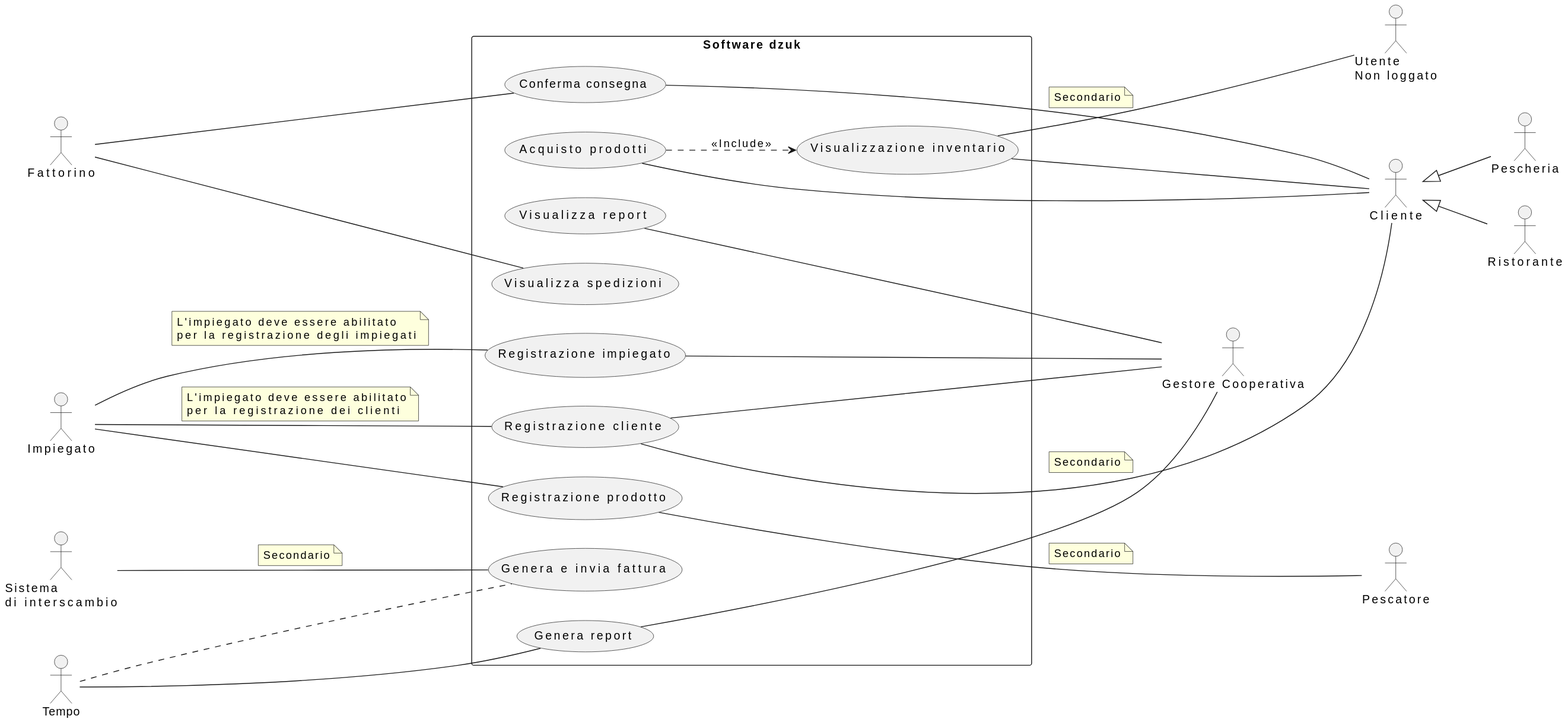
The PlantUML diagram doc/casi-duso.svg in gSpera/progetto-ids, before a commit.
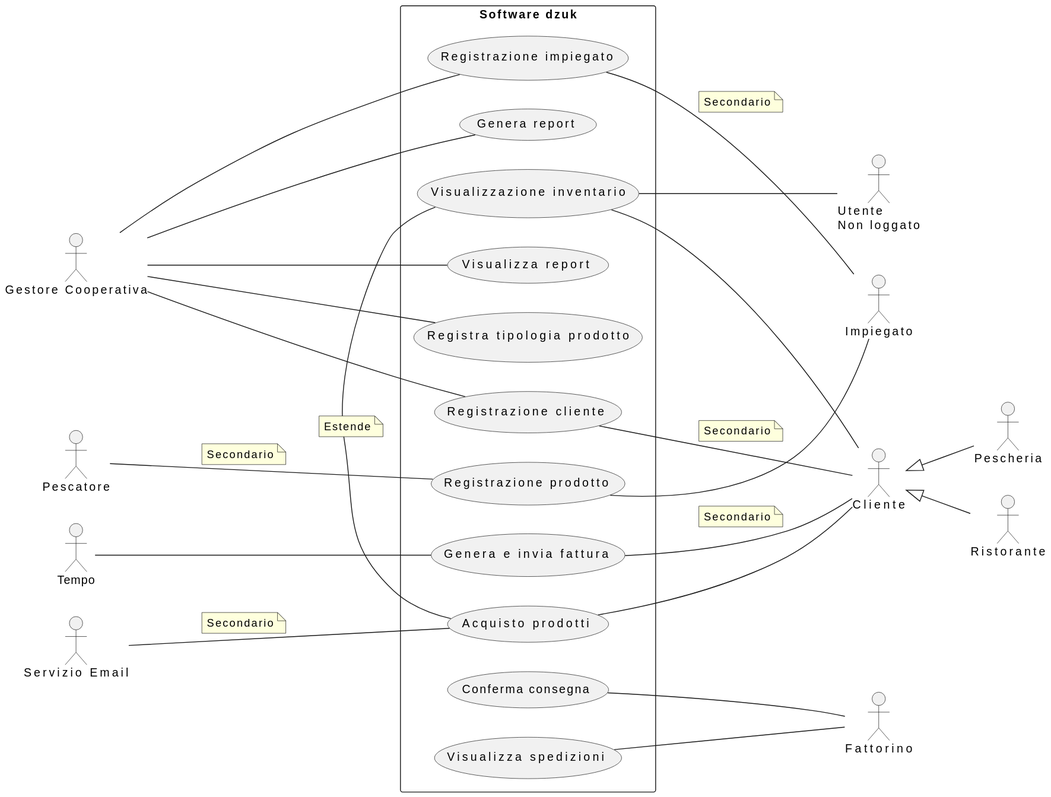
After the commit.

Change to the diagram source:
```diff
@@ -1,15 +1,15 @@
 @startuml
 left to right direction
 actor "Gestore Cooperativa" as gestore
-actor "Impiegato" as imp
+actor "Impiegato" as impiegato
 actor "Cliente" as cliente
 actor "Utente\nNon loggato" as utente
 actor "Pescatore" as pescatore
 actor "Pescheria" as cliente_pescheria
 actor "Ristorante" as cliente_ristorante
 actor "Tempo" as tempo
-actor "Sistema\ndi interscambio" as sistema_fatture
 actor "Fattorino" as fattorino
+actor "Servizio Email" as servizio_email
 
 cliente_ristorante -up-|> cliente
 cliente_pescheria  -up-|> cliente
@@ -20,45 +20,40 @@
     usecase "Registrazione prodotto" as registra_prodotto
     usecase "Visualizzazione inventario" as visualizza_inventario
     usecase "Acquisto prodotti" as acquisto_prodotti
+    usecase "Visualizza spedizioni" as visualizza_spedizioni
     usecase "Genera report" as genera_report
     usecase "Visualizza report" as visualizza_report
     usecase "Genera e invia fattura" as genera_invio_fattura
-    usecase "Visualizza spedizioni" as visualizza_spedizioni
     usecase "Conferma consegna" as conferma_spedizione
+    usecase "Registra tipologia prodotto" as registra_tipologia_prodotto
 }
 
-imp     --- registra_cliente
-note bottom of link
-    L'impiegato deve essere abilitato
-    per la registrazione dei clienti
-end note
-imp     --- registra_impiegato
-note bottom of link
-    L'impiegato deve essere abilitato
-    per la registrazione degli impiegati
-end note
+gestore --- registra_cliente
+registra_cliente --- cliente
+note right of link: Secondario
 
-registra_cliente   --- gestore
-registra_cliente --- cliente
-note of link: Secondario
-registra_cliente -[hidden]l- registra_impiegato
-registra_impiegato --- gestore
-registra_prodotto  --- imp
-registra_prodotto  ---- pescatore
+gestore --- registra_impiegato
+registra_impiegato --- impiegato
 note right of link: Secondario
+
+registra_prodotto --- impiegato
+pescatore --- registra_prodotto
+note right of link: Secondario
+
 visualizza_inventario --- cliente
 visualizza_inventario --- utente
 acquisto_prodotti --- cliente
-acquisto_prodotti -.> visualizza_inventario : <<Include>>
-tempo   --- genera_report
+servizio_email --- acquisto_prodotti
+note right of link: Secondario
 gestore --- genera_report
 gestore --- visualizza_report
-genera_report -[hidden]l- visualizza_report
-tempo -.- genera_invio_fattura
-sistema_fatture --- genera_invio_fattura
-note of link: Secondario
-fattorino --- visualizza_spedizioni
-fattorino --- conferma_spedizione
-cliente --u- conferma_spedizione
-note of link: Secondario
+tempo --- genera_invio_fattura
+genera_invio_fattura --- cliente
+note right of link: Secondario
+visualizza_spedizioni --- fattorino
+conferma_spedizione --- fattorino
+gestore --- registra_tipologia_prodotto
+
+acquisto_prodotti --l- visualizza_inventario
+note of link: Estende
 @enduml
```
